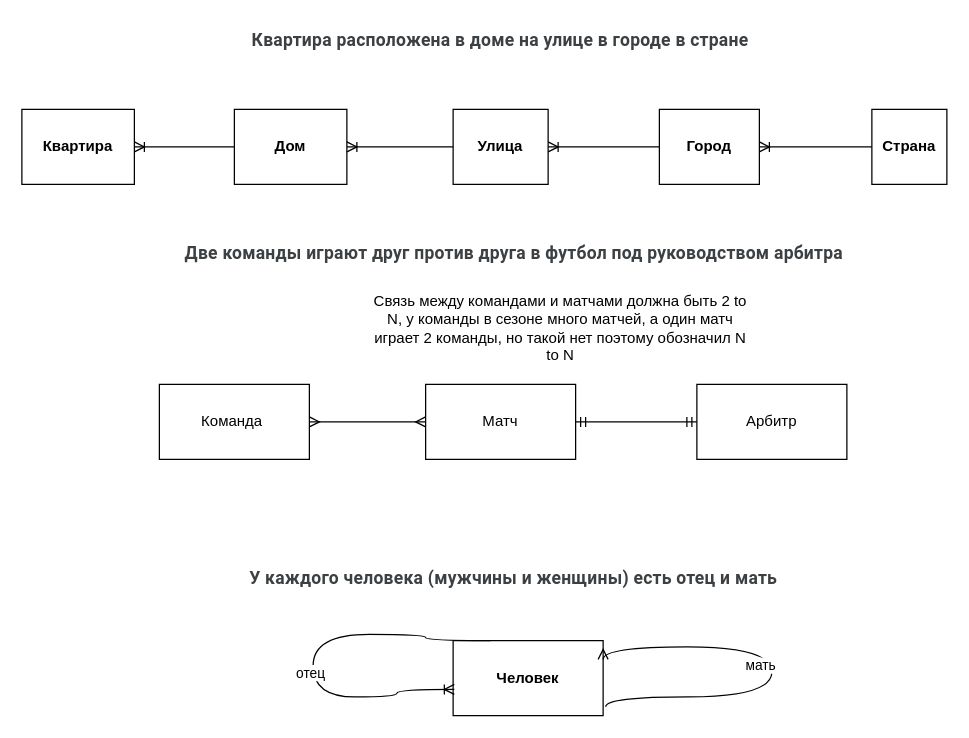
The draw.io diagram task_2_seminar_2.drawio in prikokes/database_course_hw_1, before the edit. Source tidied: cells renumbered, new cells numbered last; positions are measured from the earlier drawing's top-left corner, leaving out a move shared by most shapes. Both pictures are drawn from the tidied source at 125%, with x=0, y=0 at pixel (21, 21).
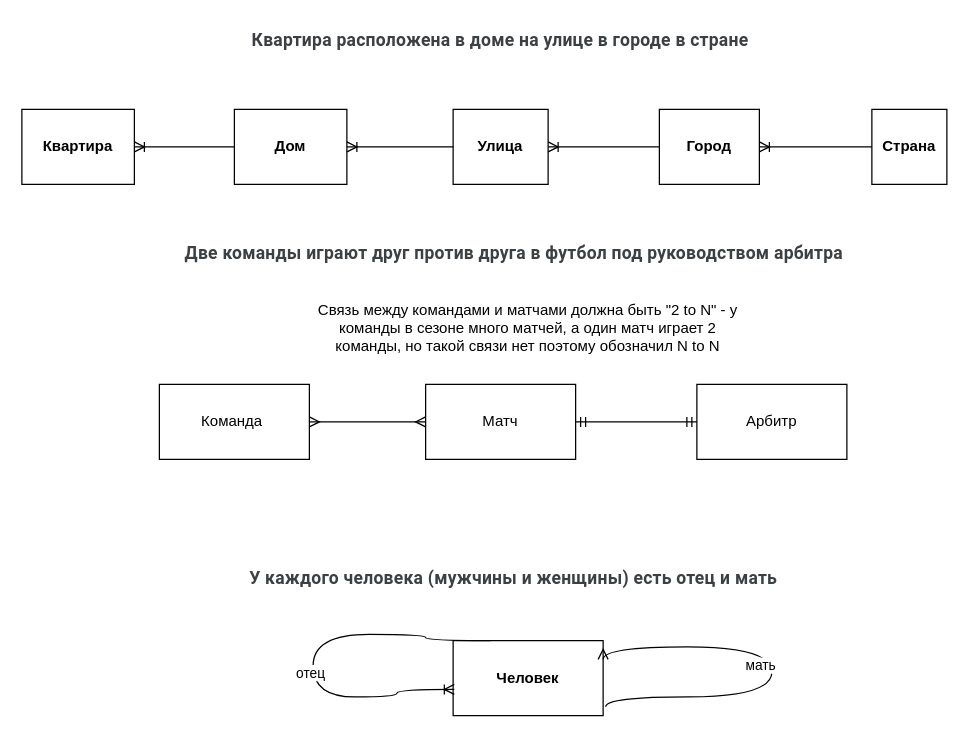
Above is the later version.

What changed in the source:
```diff
@@
-    <mxCell id="24" value="Связь между командами и матчами должна быть 2 to N, у команды в сезоне много матчей, а один матч играет 2 команды, но такой нет поэтому обозначил N to N" style="text;html=1;align=center;verticalAlign=middle;whiteSpace=wrap;rounded=0;" parent="1" vertex="1">
-      <mxGeometry x="276" y="230" width="310" height="30" as="geometry" />
+    <mxCell id="24" value="Связь между командами и матчами должна быть &quot;2 to N&quot; - у команды в сезоне много матчей, а один матч играет 2 команды, но такой связи нет поэтому обозначил N to N" style="text;html=1;align=center;verticalAlign=middle;whiteSpace=wrap;rounded=0;" parent="1" vertex="1">
+      <mxGeometry x="233" y="230" width="344" height="30" as="geometry" />
     </mxCell>
```
